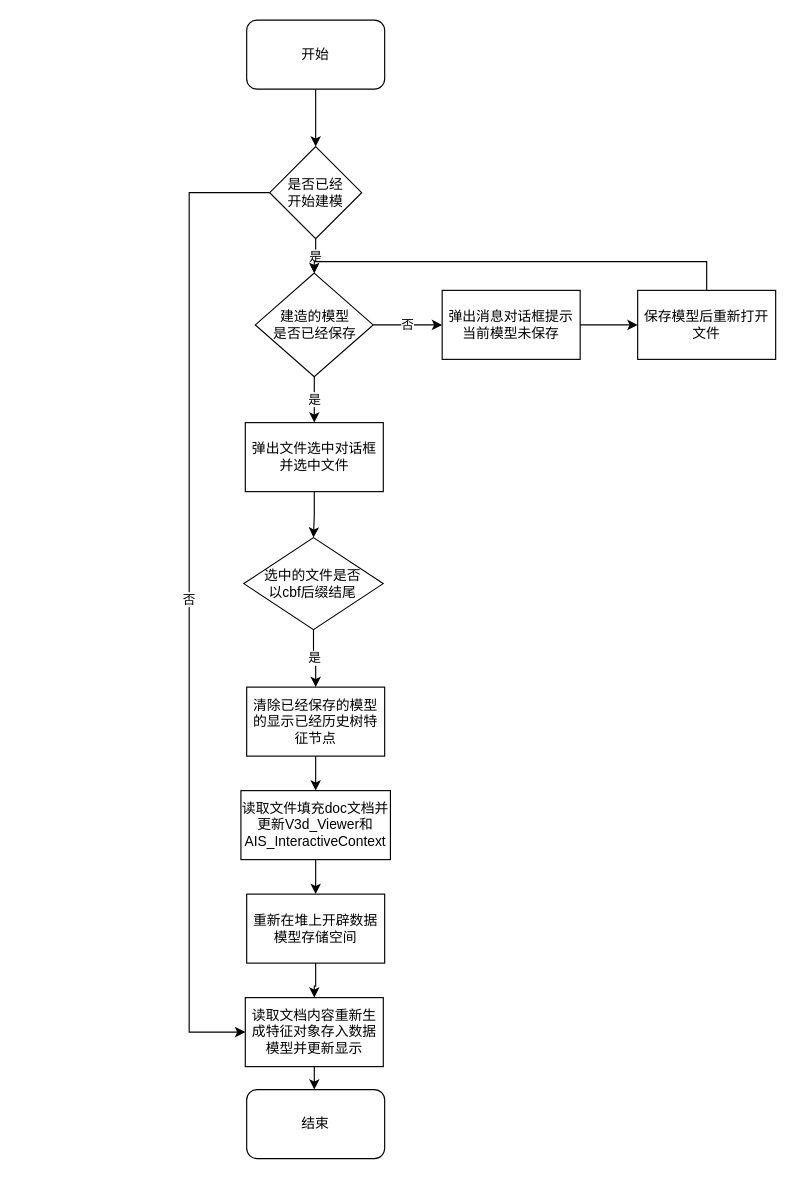
liuhuliuhu123/First-test keeps this draw.io diagram as 文件存储和读取.drawio. Above is the earlier version. Source tidied: cells renumbered, new cells numbered last; positions are measured from the earlier drawing's top-left corner, leaving out a move shared by most shapes. Both pictures are drawn from the tidied source at 115%, with x=0, y=0 at pixel (189, 20).
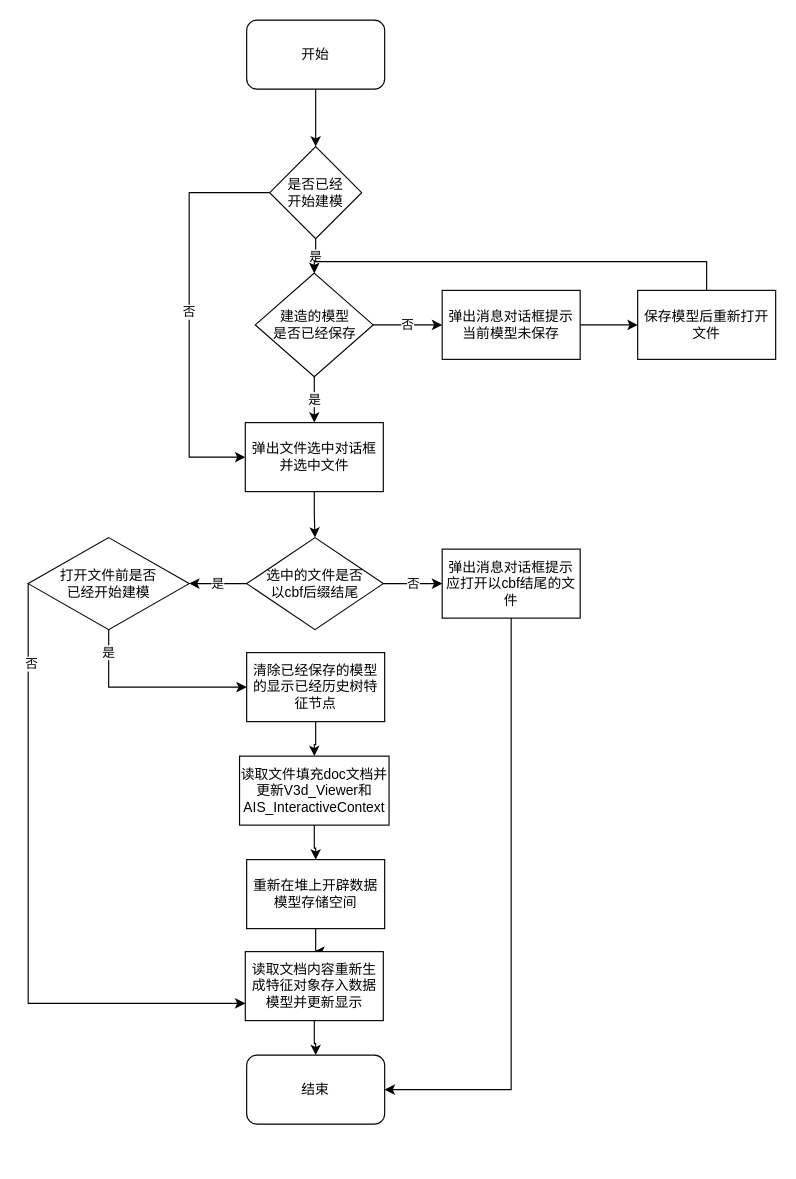
Above is the later version.

Commit message (it also covers changes not shown here):
更新文件存储和读取.drawio

Unchanged cells that the change refers to:
```xml
<mxCell id="6" value="是否已经&lt;br&gt;开始建模" style="rhombus;whiteSpace=wrap;html=1;" parent="1" vertex="1">
  <mxGeometry x="70" y="110" width="80" height="80" as="geometry" />
</mxCell>
<mxCell id="13" value="弹出文件选中对话框并选中文件" style="rounded=0;whiteSpace=wrap;html=1;" parent="1" vertex="1">
  <mxGeometry x="48.8" y="350" width="120" height="60" as="geometry" />
</mxCell>
```

What changed in the source:
```diff
@@
-    <mxCell id="5" value="否" style="edgeStyle=orthogonalEdgeStyle;rounded=0;jettySize=auto;html=1;entryX=0;entryY=0.5;entryDx=0;entryDy=0;" parent="1" edge="1" source="6" target="23">
+    <mxCell id="5" value="否" style="edgeStyle=orthogonalEdgeStyle;rounded=0;jettySize=auto;html=1;entryX=0;entryY=0.5;entryDx=0;entryDy=0;" parent="1" edge="1" source="6" target="13">
       <mxGeometry relative="1" as="geometry">
         <Array as="points">
           <mxPoint y="150" />
-          <mxPoint y="880" />
+          <mxPoint y="380" />
         </Array>
       </mxGeometry>
     </mxCell>
@@
-    <mxCell id="14" value="是" style="edgeStyle=orthogonalEdgeStyle;rounded=0;jettySize=auto;html=1;entryX=0.5;entryY=0;entryDx=0;entryDy=0;" parent="1" edge="1" source="15" target="19">
-      <mxGeometry relative="1" as="geometry" />
-    </mxCell>
+    <mxCell id="27" value="否" style="edgeStyle=orthogonalEdgeStyle;rounded=0;jettySize=auto;html=1;entryX=0;entryY=0.5;entryDx=0;entryDy=0;" parent="1" edge="1" source="15" target="30">
+      <mxGeometry relative="1" as="geometry" />
+    </mxCell>
+    <mxCell id="28" value="是" style="edgeStyle=orthogonalEdgeStyle;rounded=0;jettySize=auto;html=1;exitX=0;exitY=0.5;exitDx=0;exitDy=0;entryX=1;entryY=0.5;entryDx=0;entryDy=0;" parent="1" edge="1" source="15" target="34">
+      <mxGeometry relative="1" as="geometry" />
+    </mxCell>
     <mxCell id="15" value="选中的文件是否&lt;br&gt;以cbf后缀结尾" style="rhombus;whiteSpace=wrap;html=1;" parent="1" vertex="1">
-      <mxGeometry x="47.5" y="450" width="121.2" height="80" as="geometry" />
+      <mxGeometry x="50" y="450" width="118.8" height="80" as="geometry" />
     </mxCell>
-    <mxCell id="16" style="edgeStyle=orthogonalEdgeStyle;rounded=0;jettySize=auto;html=1;" parent="1" edge="1" source="17">
-      <mxGeometry relative="1" as="geometry">
-        <mxPoint x="110" y="760" as="targetPoint" />
-      </mxGeometry>
+    <mxCell id="16" style="edgeStyle=orthogonalEdgeStyle;rounded=0;jettySize=auto;html=1;entryX=0.5;entryY=0;entryDx=0;entryDy=0;" parent="1" edge="1" source="17" target="21">
+      <mxGeometry relative="1" as="geometry" />
     </mxCell>
     <mxCell id="17" value="读取文件填充doc文档并更新V3d_Viewer和AIS_InteractiveContext" style="rounded=0;whiteSpace=wrap;html=1;" parent="1" vertex="1">
-      <mxGeometry x="45" y="670" width="130" height="60" as="geometry" />
+      <mxGeometry x="43.8" y="640" width="130" height="60" as="geometry" />
     </mxCell>
@@
     <mxCell id="19" value="清除已经保存的模型的显示已经历史树特征节点" style="rounded=0;whiteSpace=wrap;html=1;" parent="1" vertex="1">
-      <mxGeometry x="50" y="580" width="120" height="60" as="geometry" />
+      <mxGeometry x="50" y="550" width="120" height="60" as="geometry" />
     </mxCell>
@@
     <mxCell id="21" value="重新在堆上开辟数据模型存储空间" style="rounded=0;whiteSpace=wrap;html=1;" parent="1" vertex="1">
-      <mxGeometry x="50" y="760" width="120" height="60" as="geometry" />
+      <mxGeometry x="50" y="730" width="120" height="60" as="geometry" />
     </mxCell>
-    <mxCell id="22" style="edgeStyle=orthogonalEdgeStyle;rounded=0;jettySize=auto;html=1;" parent="1" edge="1" source="23">
-      <mxGeometry relative="1" as="geometry">
-        <mxPoint x="108.8" y="930" as="targetPoint" />
-      </mxGeometry>
+    <mxCell id="22" style="edgeStyle=orthogonalEdgeStyle;rounded=0;jettySize=auto;html=1;entryX=0.5;entryY=0;entryDx=0;entryDy=0;" parent="1" edge="1" source="23" target="24">
+      <mxGeometry relative="1" as="geometry" />
     </mxCell>
     <mxCell id="23" value="读取文档内容重新生成特征对象存入数据模型并更新显示" style="rounded=0;whiteSpace=wrap;html=1;" parent="1" vertex="1">
-      <mxGeometry x="48.8" y="850" width="120" height="60" as="geometry" />
+      <mxGeometry x="48.8" y="810" width="120" height="60" as="geometry" />
     </mxCell>
     <mxCell id="24" value="结束" style="rounded=1;whiteSpace=wrap;html=1;" parent="1" vertex="1">
-      <mxGeometry x="50" y="930" width="120" height="60" as="geometry" />
+      <mxGeometry x="50" y="900" width="120" height="60" as="geometry" />
     </mxCell>
@@
+    <mxCell id="29" style="edgeStyle=orthogonalEdgeStyle;rounded=0;jettySize=auto;html=1;entryX=1;entryY=0.5;entryDx=0;entryDy=0;" parent="1" edge="1" source="30" target="24">
+      <mxGeometry relative="1" as="geometry">
+        <Array as="points">
+          <mxPoint x="280" y="930" />
+        </Array>
+      </mxGeometry>
+    </mxCell>
+    <mxCell id="30" value="弹出消息对话框提示应打开以cbf结尾的文件" style="rounded=0;whiteSpace=wrap;html=1;" parent="1" vertex="1">
+      <mxGeometry x="220" y="460" width="120" height="60" as="geometry" />
+    </mxCell>
+    <mxCell id="31" value="是" style="edgeStyle=orthogonalEdgeStyle;rounded=0;jettySize=auto;html=1;entryX=0;entryY=0.5;entryDx=0;entryDy=0;" parent="1" edge="1" source="34" target="19">
+      <mxGeometry x="-0.76" relative="1" as="geometry">
+        <Array as="points">
+          <mxPoint x="-70" y="580" />
+        </Array>
+      </mxGeometry>
+    </mxCell>
+    <mxCell id="32" style="edgeStyle=orthogonalEdgeStyle;rounded=0;jettySize=auto;html=1;entryX=0;entryY=0.75;entryDx=0;entryDy=0;" parent="1" edge="1" source="34" target="23">
+      <mxGeometry relative="1" as="geometry">
+        <Array as="points">
+          <mxPoint x="-140" y="855" />
+        </Array>
+      </mxGeometry>
+    </mxCell>
+    <mxCell id="33" value="否" style="edgeLabel;html=1;align=center;verticalAlign=middle;" parent="32" vertex="1">
+      <mxGeometry x="-0.75" y="2" relative="1" as="geometry" />
+    </mxCell>
+    <mxCell id="34" value="打开文件前是否&lt;br&gt;已经开始建模" style="rhombus;whiteSpace=wrap;html=1;" parent="1" vertex="1">
+      <mxGeometry x="-140" y="450" width="140" height="80" as="geometry" />
+    </mxCell>
```
